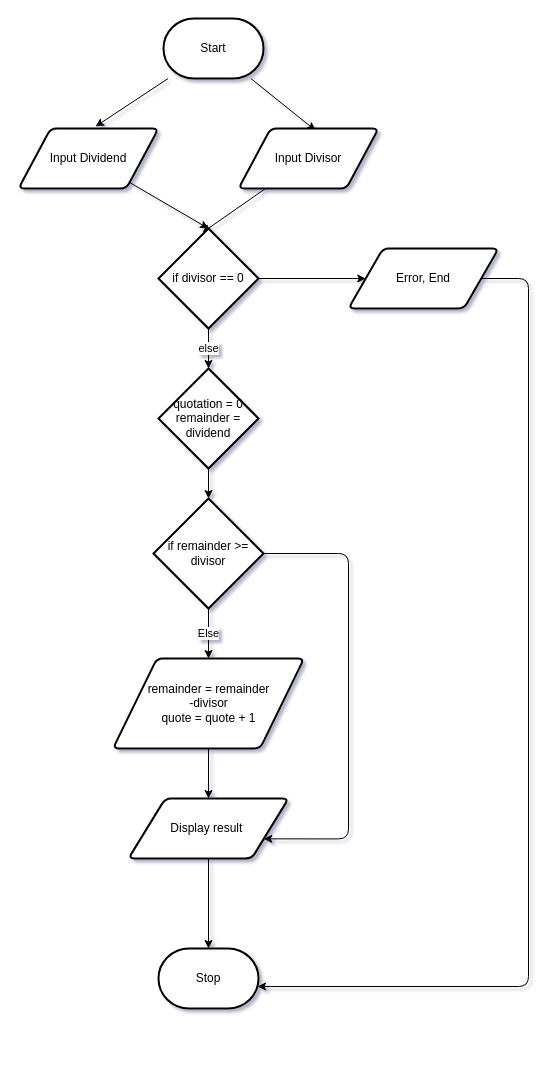
This is design/flowchart.drawio from MTHS-ICD2O-1-2023/ICD2O-Unit-5-08-tymofii-stepanov, a draw.io file, before an edit. Source tidied: cells renumbered, new cells numbered last; positions are measured from the earlier drawing's top-left corner, leaving out a move shared by most shapes. Both pictures are drawn from the tidied source at 100%, with x=0, y=0 at pixel (18, 18).
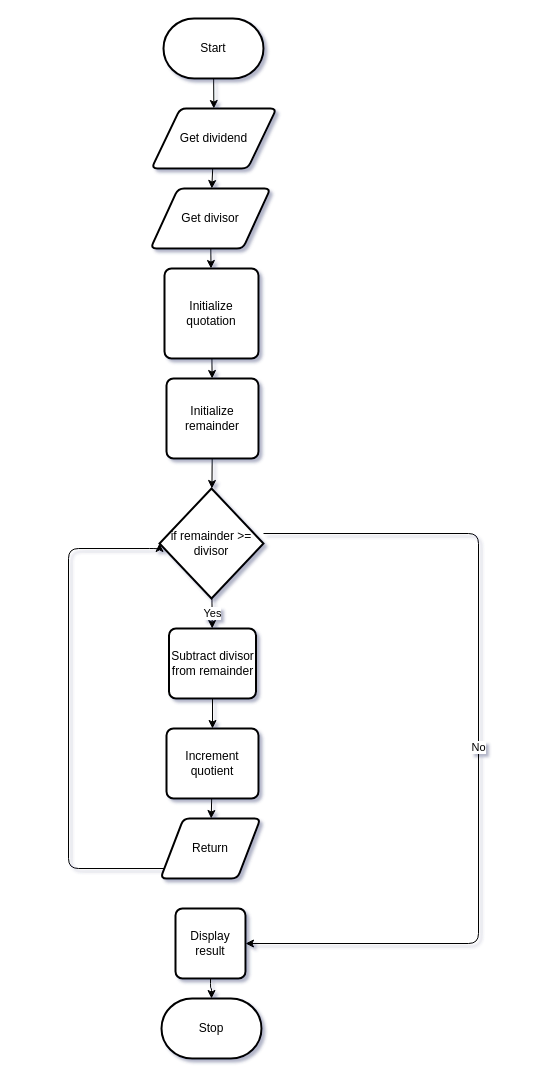
Above is the later version.

The change refers to these unchanged cells:
```xml
<mxCell id="4" value="Start" style="strokeWidth=2;html=1;shape=mxgraph.flowchart.terminator;whiteSpace=wrap;" parent="1" vertex="1">
  <mxGeometry x="145" width="100" height="60" as="geometry" />
</mxCell>
```

What changed in the source:
```diff
@@
-    <mxCell id="2" style="edgeStyle=none;html=1;entryX=0.55;entryY=0.033;entryDx=0;entryDy=0;entryPerimeter=0;" parent="1" edge="1" source="4" target="9">
-      <mxGeometry relative="1" as="geometry" />
-    </mxCell>
-    <mxCell id="3" style="edgeStyle=none;html=1;entryX=0.55;entryY=-0.033;entryDx=0;entryDy=0;entryPerimeter=0;" parent="1" edge="1" source="4" target="7">
-      <mxGeometry relative="1" as="geometry" />
-    </mxCell>
+    <mxCell id="24" style="html=1;" parent="1" edge="1" source="4" target="13">
+      <mxGeometry relative="1" as="geometry" />
+    </mxCell>
@@
     <mxCell id="5" value="Stop" style="strokeWidth=2;html=1;shape=mxgraph.flowchart.terminator;whiteSpace=wrap;" parent="1" vertex="1">
-      <mxGeometry x="140" y="930" width="100" height="60" as="geometry" />
+      <mxGeometry x="143" y="980" width="100" height="60" as="geometry" />
     </mxCell>
-    <mxCell id="6" style="edgeStyle=none;html=1;entryX=0.5;entryY=0;entryDx=0;entryDy=0;entryPerimeter=0;" parent="1" edge="1" source="7" target="12">
-      <mxGeometry relative="1" as="geometry" />
-    </mxCell>
-    <mxCell id="7" value="Input Dividend" style="shape=parallelogram;html=1;strokeWidth=2;perimeter=parallelogramPerimeter;whiteSpace=wrap;rounded=1;arcSize=12;size=0.23;" parent="1" vertex="1">
-      <mxGeometry y="110" width="140" height="60" as="geometry" />
-    </mxCell>
-    <mxCell id="8" style="edgeStyle=none;html=1;entryX=0.44;entryY=0.04;entryDx=0;entryDy=0;entryPerimeter=0;" parent="1" edge="1" source="9" target="12">
-      <mxGeometry relative="1" as="geometry" />
-    </mxCell>
-    <mxCell id="9" value="Input Divisor" style="shape=parallelogram;html=1;strokeWidth=2;perimeter=parallelogramPerimeter;whiteSpace=wrap;rounded=1;arcSize=12;size=0.23;" parent="1" vertex="1">
-      <mxGeometry x="220" y="110" width="140" height="60" as="geometry" />
-    </mxCell>
-    <mxCell id="10" style="edgeStyle=none;html=1;entryX=0;entryY=0.5;entryDx=0;entryDy=0;" parent="1" edge="1" source="12" target="14">
-      <mxGeometry relative="1" as="geometry" />
-    </mxCell>
-    <mxCell id="11" value="else" style="edgeStyle=none;html=1;entryX=0.5;entryY=0;entryDx=0;entryDy=0;entryPerimeter=0;" parent="1" edge="1" source="12" target="16">
-      <mxGeometry relative="1" as="geometry" />
-    </mxCell>
-    <mxCell id="12" value="if divisor == 0" style="strokeWidth=2;html=1;shape=mxgraph.flowchart.decision;whiteSpace=wrap;" parent="1" vertex="1">
-      <mxGeometry x="140" y="210" width="100" height="100" as="geometry" />
-    </mxCell>
+    <mxCell id="25" style="edgeStyle=none;html=1;" parent="1" edge="1" source="13" target="27">
+      <mxGeometry relative="1" as="geometry" />
+    </mxCell>
-    <mxCell id="13" style="edgeStyle=orthogonalEdgeStyle;html=1;entryX=0.99;entryY=0.633;entryDx=0;entryDy=0;entryPerimeter=0;" parent="1" edge="1" source="14" target="5">
-      <mxGeometry relative="1" as="geometry">
-        <Array as="points">
-          <mxPoint x="510" y="260" />
-          <mxPoint x="510" y="968" />
-        </Array>
-      </mxGeometry>
+    <mxCell id="13" value="Get dividend" style="shape=parallelogram;html=1;strokeWidth=2;perimeter=parallelogramPerimeter;whiteSpace=wrap;rounded=1;arcSize=12;size=0.23;" parent="1" vertex="1">
+      <mxGeometry x="133" y="90" width="125" height="60" as="geometry" />
     </mxCell>
-    <mxCell id="14" value="Error, End" style="shape=parallelogram;html=1;strokeWidth=2;perimeter=parallelogramPerimeter;whiteSpace=wrap;rounded=1;arcSize=12;size=0.23;" parent="1" vertex="1">
-      <mxGeometry x="330" y="230" width="150" height="60" as="geometry" />
-    </mxCell>
-    <mxCell id="15" style="edgeStyle=none;html=1;" parent="1" edge="1" source="16" target="19">
-      <mxGeometry relative="1" as="geometry" />
-    </mxCell>
-    <mxCell id="16" value="quotation = 0&lt;br&gt;remainder = dividend" style="strokeWidth=2;html=1;shape=mxgraph.flowchart.decision;whiteSpace=wrap;" parent="1" vertex="1">
-      <mxGeometry x="140" y="350" width="100" height="100" as="geometry" />
-    </mxCell>
+    <mxCell id="26" style="edgeStyle=none;html=1;" parent="1" edge="1" source="27" target="29">
+      <mxGeometry relative="1" as="geometry" />
+    </mxCell>
+    <mxCell id="27" value="Get divisor" style="shape=parallelogram;html=1;strokeWidth=2;perimeter=parallelogramPerimeter;whiteSpace=wrap;rounded=1;arcSize=12;size=0.23;" parent="1" vertex="1">
+      <mxGeometry x="132" y="170" width="120" height="60" as="geometry" />
+    </mxCell>
+    <mxCell id="28" style="edgeStyle=none;html=1;" parent="1" edge="1" source="29" target="31">
+      <mxGeometry relative="1" as="geometry" />
+    </mxCell>
+    <mxCell id="29" value="Initialize quotation" style="rounded=1;whiteSpace=wrap;html=1;absoluteArcSize=1;arcSize=14;strokeWidth=2;" parent="1" vertex="1">
+      <mxGeometry x="146" y="250" width="94" height="90" as="geometry" />
+    </mxCell>
+    <mxCell id="30" style="edgeStyle=none;html=1;" parent="1" edge="1" source="31" target="19">
+      <mxGeometry relative="1" as="geometry" />
+    </mxCell>
+    <mxCell id="31" value="Initialize remainder" style="rounded=1;whiteSpace=wrap;html=1;absoluteArcSize=1;arcSize=14;strokeWidth=2;" parent="1" vertex="1">
+      <mxGeometry x="148" y="360" width="92" height="80" as="geometry" />
+    </mxCell>
+    <mxCell id="32" value="Yes" style="edgeStyle=none;html=1;" parent="1" edge="1" source="19" target="34">
+      <mxGeometry relative="1" as="geometry" />
+    </mxCell>
-    <mxCell id="17" style="edgeStyle=orthogonalEdgeStyle;html=1;entryX=1;entryY=0.75;entryDx=0;entryDy=0;" parent="1" edge="1" source="19" target="21">
+    <mxCell id="17" value="No" style="edgeStyle=orthogonalEdgeStyle;html=1;entryX=1;entryY=0.5;entryDx=0;entryDy=0;" parent="1" edge="1" source="19" target="21">
       <mxGeometry relative="1" as="geometry">
         <Array as="points">
-          <mxPoint x="330" y="535" />
-          <mxPoint x="330" y="820" />
+          <mxPoint x="460" y="515" />
+          <mxPoint x="460" y="925" />
         </Array>
       </mxGeometry>
     </mxCell>
-    <mxCell id="18" value="Else" style="html=1;" parent="1" edge="1" source="19" target="23">
-      <mxGeometry relative="1" as="geometry" />
-    </mxCell>
-    <mxCell id="19" value="if remainder &amp;gt;= divisor" style="strokeWidth=2;html=1;shape=mxgraph.flowchart.decision;whiteSpace=wrap;" parent="1" vertex="1">
-      <mxGeometry x="135" y="480" width="110" height="110" as="geometry" />
+    <mxCell id="19" value="if remainder &gt;= divisor" style="strokeWidth=2;html=1;shape=mxgraph.flowchart.decision;whiteSpace=wrap;" parent="1" vertex="1">
+      <mxGeometry x="141" y="470" width="104" height="110" as="geometry" />
     </mxCell>
+    <mxCell id="33" style="edgeStyle=orthogonalEdgeStyle;html=1;" parent="1" edge="1" source="34" target="36">
+      <mxGeometry relative="1" as="geometry" />
+    </mxCell>
+    <mxCell id="34" value="Subtract divisor from remainder" style="rounded=1;whiteSpace=wrap;html=1;absoluteArcSize=1;arcSize=14;strokeWidth=2;" parent="1" vertex="1">
+      <mxGeometry x="150.5" y="610" width="87" height="70" as="geometry" />
+    </mxCell>
+    <mxCell id="35" style="edgeStyle=none;html=1;" parent="1" edge="1" source="36" target="38">
+      <mxGeometry relative="1" as="geometry" />
+    </mxCell>
+    <mxCell id="36" value="Increment quotient" style="rounded=1;whiteSpace=wrap;html=1;absoluteArcSize=1;arcSize=14;strokeWidth=2;" parent="1" vertex="1">
+      <mxGeometry x="148" y="710" width="92" height="70" as="geometry" />
+    </mxCell>
+    <mxCell id="37" style="edgeStyle=orthogonalEdgeStyle;html=1;entryX=0;entryY=0.5;entryDx=0;entryDy=0;entryPerimeter=0;" parent="1" edge="1" source="38" target="19">
+      <mxGeometry relative="1" as="geometry">
+        <Array as="points">
+          <mxPoint x="50" y="850" />
+          <mxPoint x="50" y="530" />
+          <mxPoint x="141" y="530" />
+        </Array>
+      </mxGeometry>
+    </mxCell>
+    <mxCell id="38" value="Return" style="shape=parallelogram;html=1;strokeWidth=2;perimeter=parallelogramPerimeter;whiteSpace=wrap;rounded=1;arcSize=12;size=0.23;" parent="1" vertex="1">
+      <mxGeometry x="142" y="800" width="100" height="60" as="geometry" />
+    </mxCell>
-    <mxCell id="20" style="edgeStyle=orthogonalEdgeStyle;html=1;entryX=0.5;entryY=0;entryDx=0;entryDy=0;entryPerimeter=0;" parent="1" edge="1" source="21" target="5">
+    <mxCell id="20" style="edgeStyle=orthogonalEdgeStyle;html=1;" parent="1" edge="1" source="21" target="5">
       <mxGeometry relative="1" as="geometry" />
     </mxCell>
-    <mxCell id="21" value="Display result&amp;nbsp;" style="shape=parallelogram;html=1;strokeWidth=2;perimeter=parallelogramPerimeter;whiteSpace=wrap;rounded=1;arcSize=12;size=0.23;" parent="1" vertex="1">
-      <mxGeometry x="110" y="780" width="160" height="60" as="geometry" />
+    <mxCell id="21" value="Display result" style="rounded=1;whiteSpace=wrap;html=1;absoluteArcSize=1;arcSize=14;strokeWidth=2;" parent="1" vertex="1">
+      <mxGeometry x="157" y="890" width="70" height="70" as="geometry" />
     </mxCell>
-    <mxCell id="22" style="edgeStyle=none;html=1;" parent="1" edge="1" source="23" target="21">
-      <mxGeometry relative="1" as="geometry" />
-    </mxCell>
-    <mxCell id="23" value="remainder = remainder&lt;br&gt;-divisor&lt;br&gt;quote = quote + 1" style="shape=parallelogram;html=1;strokeWidth=2;perimeter=parallelogramPerimeter;whiteSpace=wrap;rounded=1;arcSize=12;size=0.23;" parent="1" vertex="1">
-      <mxGeometry x="94.5" y="640" width="191" height="90" as="geometry" />
-    </mxCell>
```
